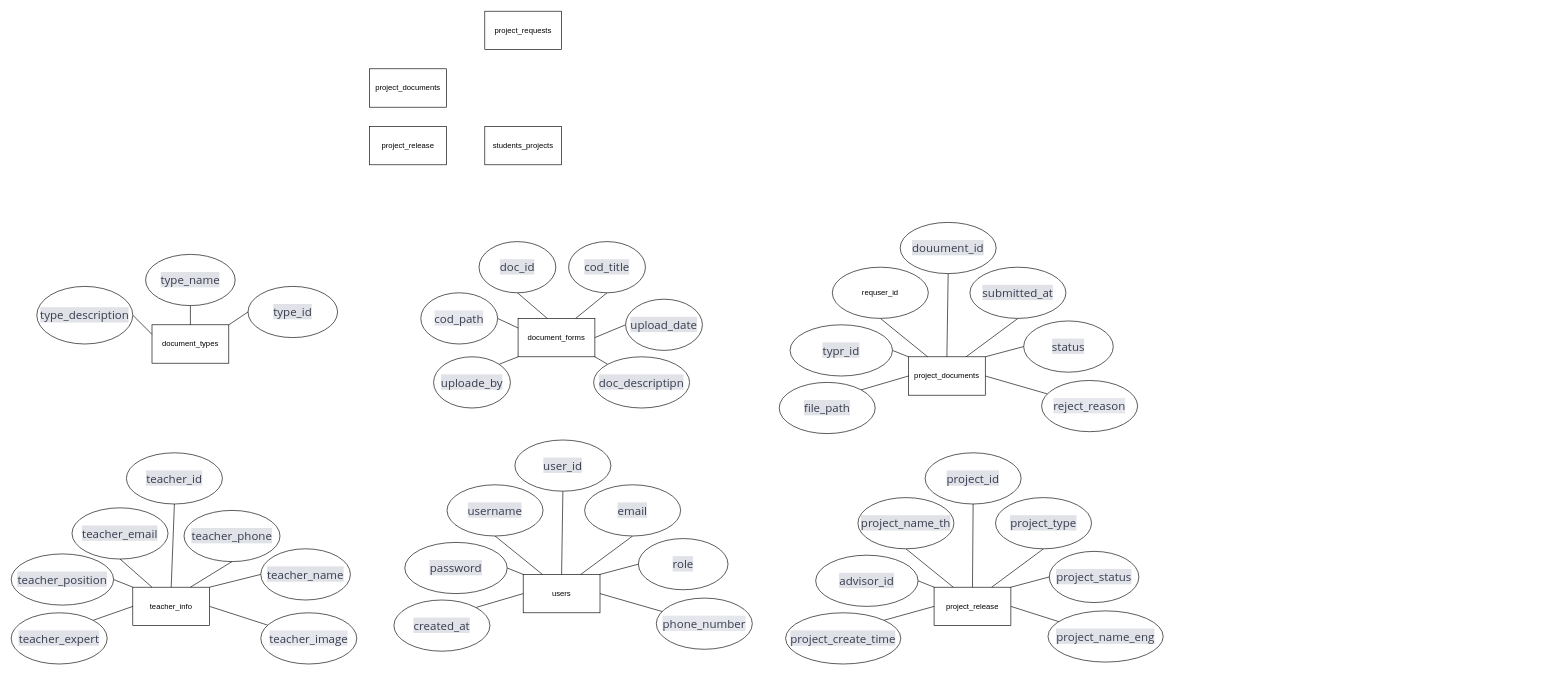
Above: ER.drawio in ItsRyS/Diagram-pms (draw.io), before the change. Source tidied: cells renumbered, new cells numbered last; positions are measured from the earlier drawing's top-left corner, leaving out a move shared by most shapes. Both pictures are drawn from the tidied source at 64%, with x=0, y=0 at pixel (11, 11).
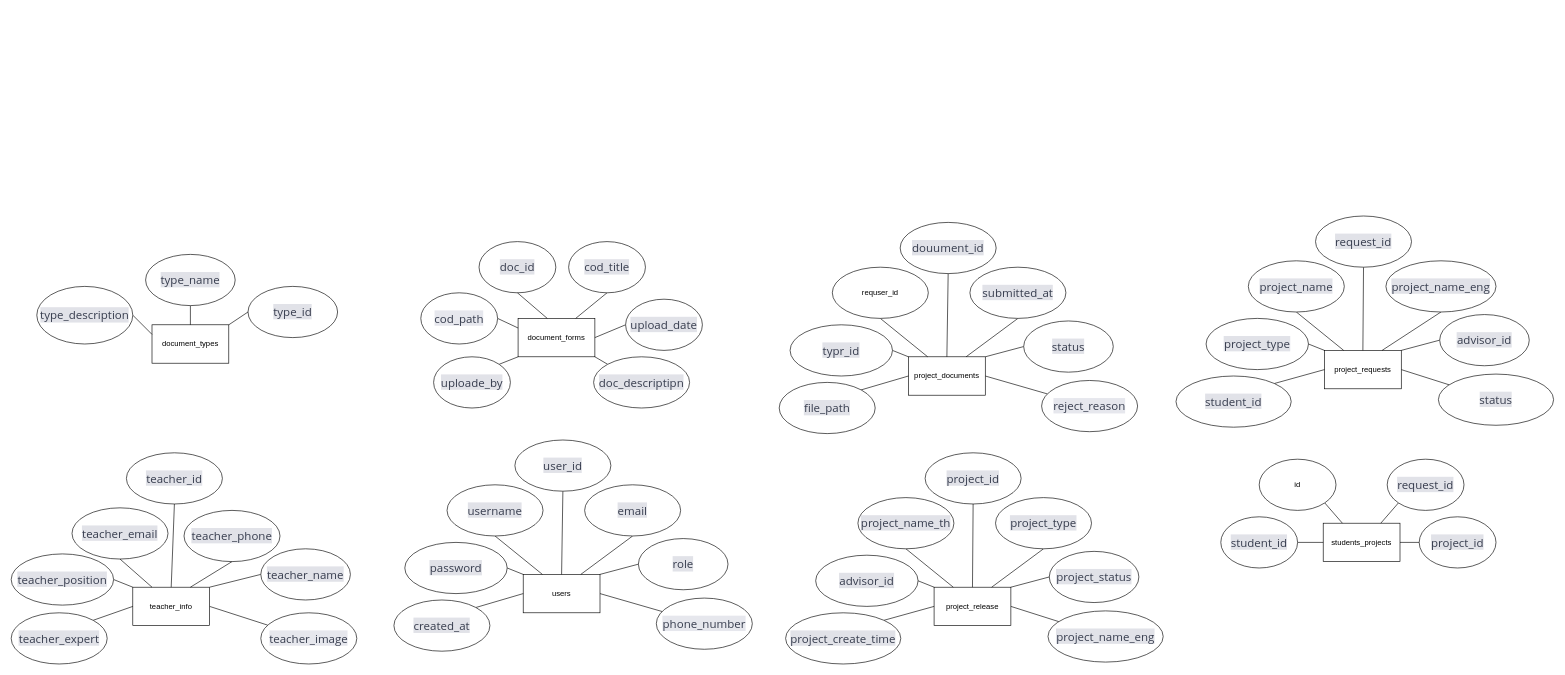
The same page after the edit.

Change to the diagram source:
```diff
@@
-    <mxCell id="5" value="project_documents" style="rounded=0;whiteSpace=wrap;html=1;" parent="1" vertex="1">
-      <mxGeometry x="560" y="90" width="120" height="60" as="geometry" />
-    </mxCell>
-    <mxCell id="6" value="project_release" style="rounded=0;whiteSpace=wrap;html=1;" parent="1" vertex="1">
-      <mxGeometry x="560" y="180" width="120" height="60" as="geometry" />
-    </mxCell>
-    <mxCell id="7" value="project_requests" style="rounded=0;whiteSpace=wrap;html=1;" parent="1" vertex="1">
-      <mxGeometry x="740" width="120" height="60" as="geometry" />
-    </mxCell>
     <mxCell id="8" value="students_projects" style="rounded=0;whiteSpace=wrap;html=1;" parent="1" vertex="1">
-      <mxGeometry x="740" y="180" width="120" height="60" as="geometry" />
+      <mxGeometry x="2050" y="800" width="120" height="60" as="geometry" />
     </mxCell>
@@
+    <mxCell id="86" style="rounded=0;jettySize=auto;html=1;exitX=1;exitY=0.5;exitDx=0;exitDy=0;endArrow=none;endFill=0;" parent="1" edge="1" source="7" target="93">
+      <mxGeometry relative="1" as="geometry" />
+    </mxCell>
+    <mxCell id="7" value="project_requests" style="rounded=0;whiteSpace=wrap;html=1;" parent="1" vertex="1">
+      <mxGeometry x="2052" y="530" width="120" height="60" as="geometry" />
+    </mxCell>
+    <mxCell id="87" style="rounded=0;jettySize=auto;html=1;exitX=0.5;exitY=1;exitDx=0;exitDy=0;entryX=0.75;entryY=0;entryDx=0;entryDy=0;endArrow=none;endFill=0;" parent="1" edge="1" source="88" target="7">
+      <mxGeometry relative="1" as="geometry" />
+    </mxCell>
+    <mxCell id="88" value="&lt;span style=&quot;color: rgb(54, 60, 77); font-family: &amp;quot;Segoe WPC&amp;quot;, &amp;quot;Segoe UI&amp;quot;, sans-serif; font-size: 18px; text-wrap-mode: nowrap; background-color: rgb(225, 226, 232);&quot;&gt;project_name_eng&lt;/span&gt;" style="ellipse;whiteSpace=wrap;html=1;" parent="1" vertex="1">
+      <mxGeometry x="2148" y="390" width="172" height="80" as="geometry" />
+    </mxCell>
+    <mxCell id="89" style="rounded=0;jettySize=auto;html=1;exitX=0.5;exitY=1;exitDx=0;exitDy=0;entryX=0.25;entryY=0;entryDx=0;entryDy=0;endArrow=none;endFill=0;" parent="1" edge="1" source="90" target="7">
+      <mxGeometry relative="1" as="geometry" />
+    </mxCell>
+    <mxCell id="90" value="&lt;span style=&quot;color: rgb(54, 60, 77); font-family: &amp;quot;Segoe WPC&amp;quot;, &amp;quot;Segoe UI&amp;quot;, sans-serif; font-size: 18px; text-wrap-mode: nowrap; background-color: rgb(225, 226, 232);&quot;&gt;project_name&lt;/span&gt;" style="ellipse;whiteSpace=wrap;html=1;" parent="1" vertex="1">
+      <mxGeometry x="1933" y="390" width="150" height="80" as="geometry" />
+    </mxCell>
+    <mxCell id="91" style="rounded=0;jettySize=auto;html=1;exitX=0;exitY=0.5;exitDx=0;exitDy=0;entryX=1;entryY=0;entryDx=0;entryDy=0;endArrow=none;endFill=0;" parent="1" edge="1" source="92" target="7">
+      <mxGeometry relative="1" as="geometry" />
+    </mxCell>
+    <mxCell id="92" value="&lt;span style=&quot;color: rgb(54, 60, 77); font-family: &amp;quot;Segoe WPC&amp;quot;, &amp;quot;Segoe UI&amp;quot;, sans-serif; font-size: 18px; text-wrap-mode: nowrap; background-color: rgb(225, 226, 232);&quot;&gt;advisor_id&lt;/span&gt;" style="ellipse;whiteSpace=wrap;html=1;" parent="1" vertex="1">
+      <mxGeometry x="2232" y="474" width="140" height="80" as="geometry" />
+    </mxCell>
+    <mxCell id="93" value="&lt;span style=&quot;color: rgb(54, 60, 77); font-family: &amp;quot;Segoe WPC&amp;quot;, &amp;quot;Segoe UI&amp;quot;, sans-serif; font-size: 18px; text-wrap-mode: nowrap; background-color: rgb(225, 226, 232);&quot;&gt;status&lt;/span&gt;" style="ellipse;whiteSpace=wrap;html=1;" parent="1" vertex="1">
+      <mxGeometry x="2230" y="567" width="180" height="80" as="geometry" />
+    </mxCell>
+    <mxCell id="94" style="rounded=0;jettySize=auto;html=1;exitX=1;exitY=0.5;exitDx=0;exitDy=0;entryX=0;entryY=0;entryDx=0;entryDy=0;endArrow=none;endFill=0;" parent="1" edge="1" source="95" target="7">
+      <mxGeometry relative="1" as="geometry" />
+    </mxCell>
+    <mxCell id="95" value="&lt;span style=&quot;color: rgb(54, 60, 77); font-family: &amp;quot;Segoe WPC&amp;quot;, &amp;quot;Segoe UI&amp;quot;, sans-serif; font-size: 18px; text-wrap-mode: nowrap; background-color: rgb(225, 226, 232);&quot;&gt;project_type&lt;/span&gt;" style="ellipse;whiteSpace=wrap;html=1;" parent="1" vertex="1">
+      <mxGeometry x="1867" y="480" width="160" height="80" as="geometry" />
+    </mxCell>
+    <mxCell id="96" style="rounded=0;jettySize=auto;html=1;exitX=1;exitY=0;exitDx=0;exitDy=0;entryX=0;entryY=0.5;entryDx=0;entryDy=0;endArrow=none;endFill=0;" parent="1" edge="1" source="97" target="7">
+      <mxGeometry relative="1" as="geometry" />
+    </mxCell>
+    <mxCell id="97" value="&lt;span style=&quot;color: rgb(54, 60, 77); font-family: &amp;quot;Segoe WPC&amp;quot;, &amp;quot;Segoe UI&amp;quot;, sans-serif; font-size: 18px; text-wrap-mode: nowrap; background-color: rgb(225, 226, 232);&quot;&gt;student_id&lt;/span&gt;" style="ellipse;whiteSpace=wrap;html=1;" parent="1" vertex="1">
+      <mxGeometry x="1820" y="570" width="180" height="80" as="geometry" />
+    </mxCell>
+    <mxCell id="98" style="rounded=0;jettySize=auto;html=1;exitX=0.5;exitY=1;exitDx=0;exitDy=0;entryX=0.5;entryY=0;entryDx=0;entryDy=0;endArrow=none;endFill=0;" parent="1" edge="1" source="99" target="7">
+      <mxGeometry relative="1" as="geometry" />
+    </mxCell>
+    <mxCell id="99" value="&lt;span style=&quot;color: rgb(54, 60, 77); font-family: &amp;quot;Segoe WPC&amp;quot;, &amp;quot;Segoe UI&amp;quot;, sans-serif; font-size: 18px; text-wrap-mode: nowrap; background-color: rgb(225, 226, 232);&quot;&gt;request_id&lt;/span&gt;" style="ellipse;whiteSpace=wrap;html=1;" parent="1" vertex="1">
+      <mxGeometry x="2038" y="320" width="150" height="80" as="geometry" />
+    </mxCell>
+    <mxCell id="100" style="rounded=0;jettySize=auto;html=1;exitX=1;exitY=1;exitDx=0;exitDy=0;entryX=0.25;entryY=0;entryDx=0;entryDy=0;endArrow=none;endFill=0;" parent="1" edge="1" source="101" target="8">
+      <mxGeometry relative="1" as="geometry" />
+    </mxCell>
+    <mxCell id="101" value="id" style="ellipse;whiteSpace=wrap;html=1;" parent="1" vertex="1">
+      <mxGeometry x="1950" y="700" width="120" height="80" as="geometry" />
+    </mxCell>
+    <mxCell id="102" style="rounded=0;jettySize=auto;html=1;exitX=0;exitY=1;exitDx=0;exitDy=0;entryX=0.75;entryY=0;entryDx=0;entryDy=0;endArrow=none;endFill=0;" parent="1" edge="1" source="103" target="8">
+      <mxGeometry relative="1" as="geometry" />
+    </mxCell>
+    <mxCell id="103" value="&lt;span style=&quot;color: rgb(54, 60, 77); font-family: &amp;quot;Segoe WPC&amp;quot;, &amp;quot;Segoe UI&amp;quot;, sans-serif; font-size: 18px; text-wrap-mode: nowrap; background-color: rgb(225, 226, 232);&quot;&gt;request_id&lt;/span&gt;" style="ellipse;whiteSpace=wrap;html=1;" parent="1" vertex="1">
+      <mxGeometry x="2150" y="700" width="120" height="80" as="geometry" />
+    </mxCell>
+    <mxCell id="104" style="rounded=0;jettySize=auto;html=1;exitX=1;exitY=0.5;exitDx=0;exitDy=0;entryX=0;entryY=0.5;entryDx=0;entryDy=0;endArrow=none;endFill=0;" parent="1" edge="1" source="105" target="8">
+      <mxGeometry relative="1" as="geometry" />
+    </mxCell>
+    <mxCell id="105" value="&lt;span style=&quot;color: rgb(54, 60, 77); font-family: &amp;quot;Segoe WPC&amp;quot;, &amp;quot;Segoe UI&amp;quot;, sans-serif; font-size: 18px; text-wrap-mode: nowrap; background-color: rgb(225, 226, 232);&quot;&gt;student_id&lt;/span&gt;" style="ellipse;whiteSpace=wrap;html=1;" parent="1" vertex="1">
+      <mxGeometry x="1890" y="790" width="120" height="80" as="geometry" />
+    </mxCell>
+    <mxCell id="106" style="rounded=0;jettySize=auto;html=1;exitX=0;exitY=0.5;exitDx=0;exitDy=0;endArrow=none;endFill=0;" parent="1" edge="1" source="107" target="8">
+      <mxGeometry relative="1" as="geometry" />
+    </mxCell>
+    <mxCell id="107" value="&lt;span style=&quot;color: rgb(54, 60, 77); font-family: &amp;quot;Segoe WPC&amp;quot;, &amp;quot;Segoe UI&amp;quot;, sans-serif; font-size: 18px; text-wrap-mode: nowrap; background-color: rgb(225, 226, 232);&quot;&gt;project_id&lt;/span&gt;" style="ellipse;whiteSpace=wrap;html=1;" parent="1" vertex="1">
+      <mxGeometry x="2200" y="790" width="120" height="80" as="geometry" />
+    </mxCell>
```
